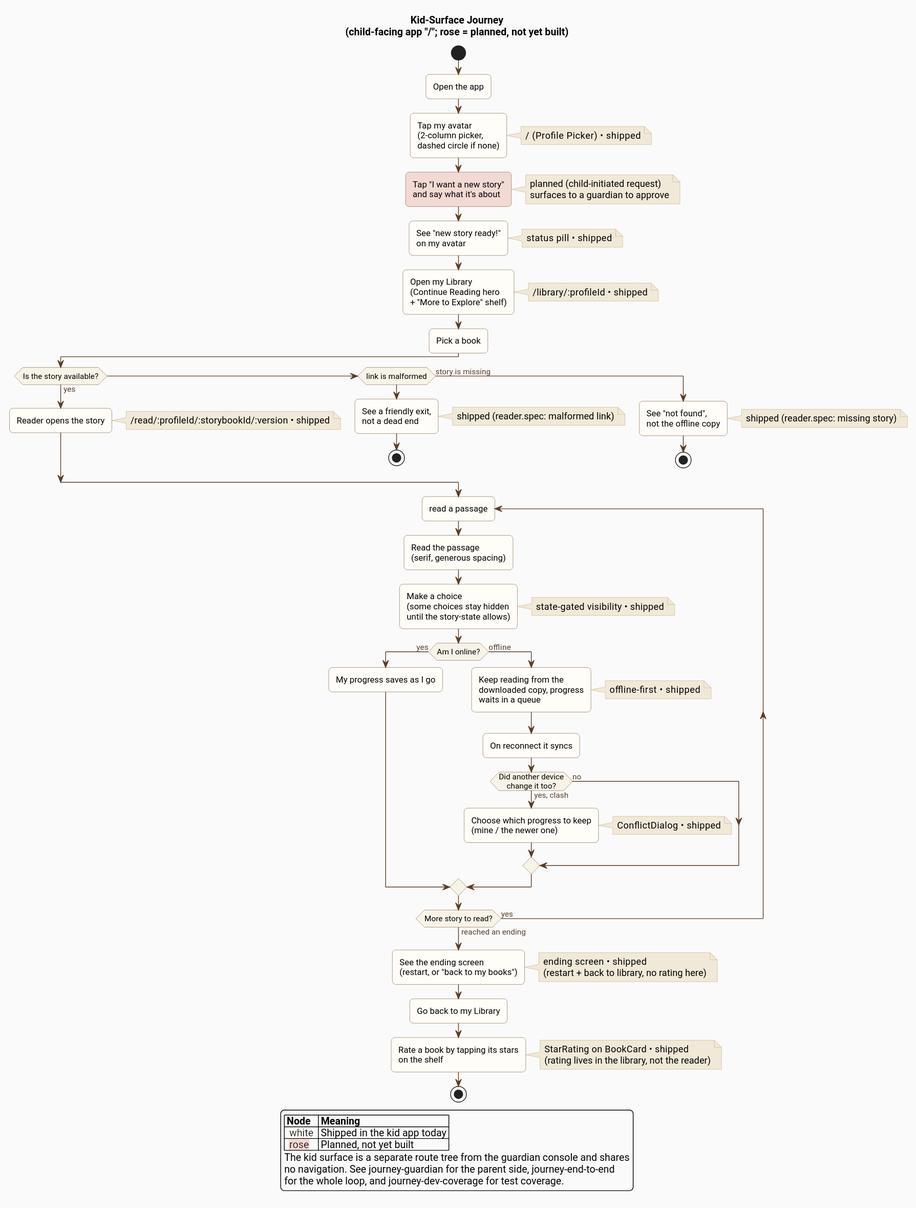
Before: docs/architecture/diagrams/journey-kid.svg, a diagram exported from PlantUML (ByronWilliamsCPA/cyo-adventure).
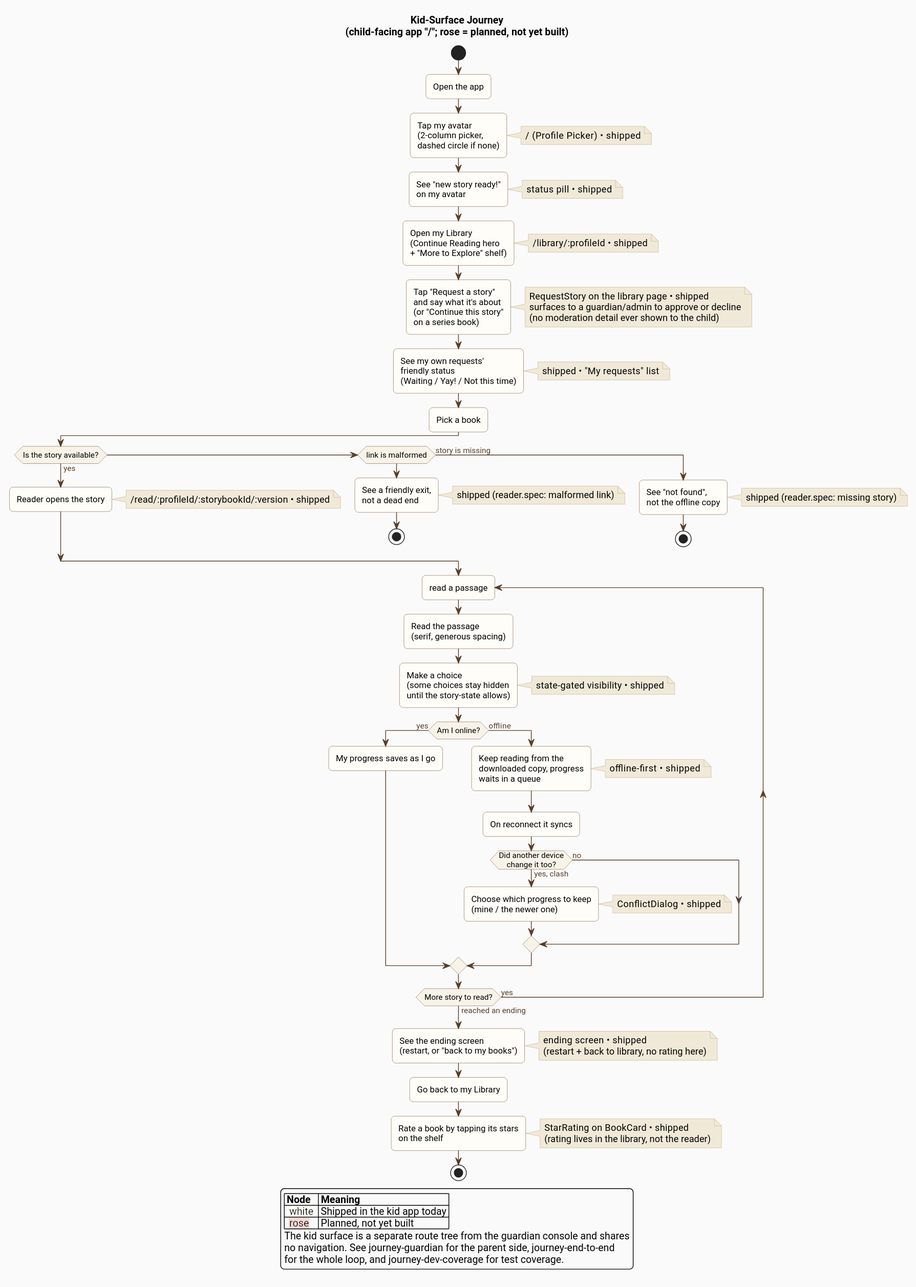
The same file after the commit.

Change to the diagram source:
```diff
@@ -23,10 +23,6 @@
 dashed circle if none);
 note right: /  (Profile Picker)  •  shipped
 
-#F3D9D4:Tap "I want a new story"
-and say what it's about;
-note right: planned (child-initiated request)\nsurfaces to a guardian to approve
-
 :See "new story ready!"
 on my avatar;
 note right: status pill  •  shipped
@@ -35,6 +31,17 @@
 (Continue Reading hero
 + "More to Explore" shelf);
 note right: /library/:profileId  •  shipped
+
+:Tap "Request a story"
+and say what it's about
+(or "Continue this story"
+on a series book);
+note right: RequestStory on the library page  •  shipped\nsurfaces to a guardian/admin to approve or decline\n(no moderation detail ever shown to the child)
+:See my own requests'
+friendly status
+(Waiting / Yay! / Not this time);
+note right: shipped  •  "My requests" list
+
 :Pick a book;
 
 if (Is the story available?) then (yes)
```
